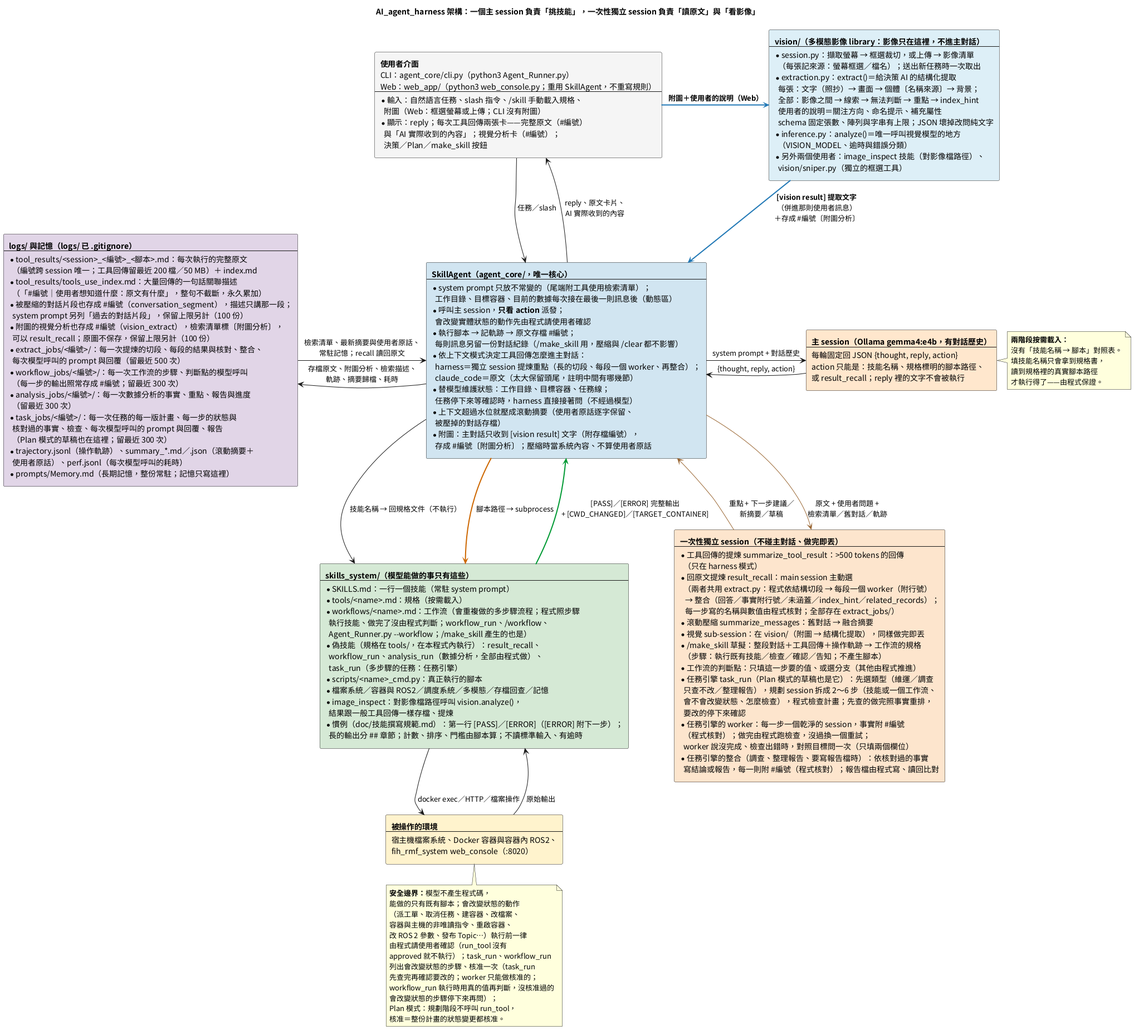
Above: doc/images/AI_agent_harness的說明.png in DavidZox/Coding_agnet (PlantUML), before the change.
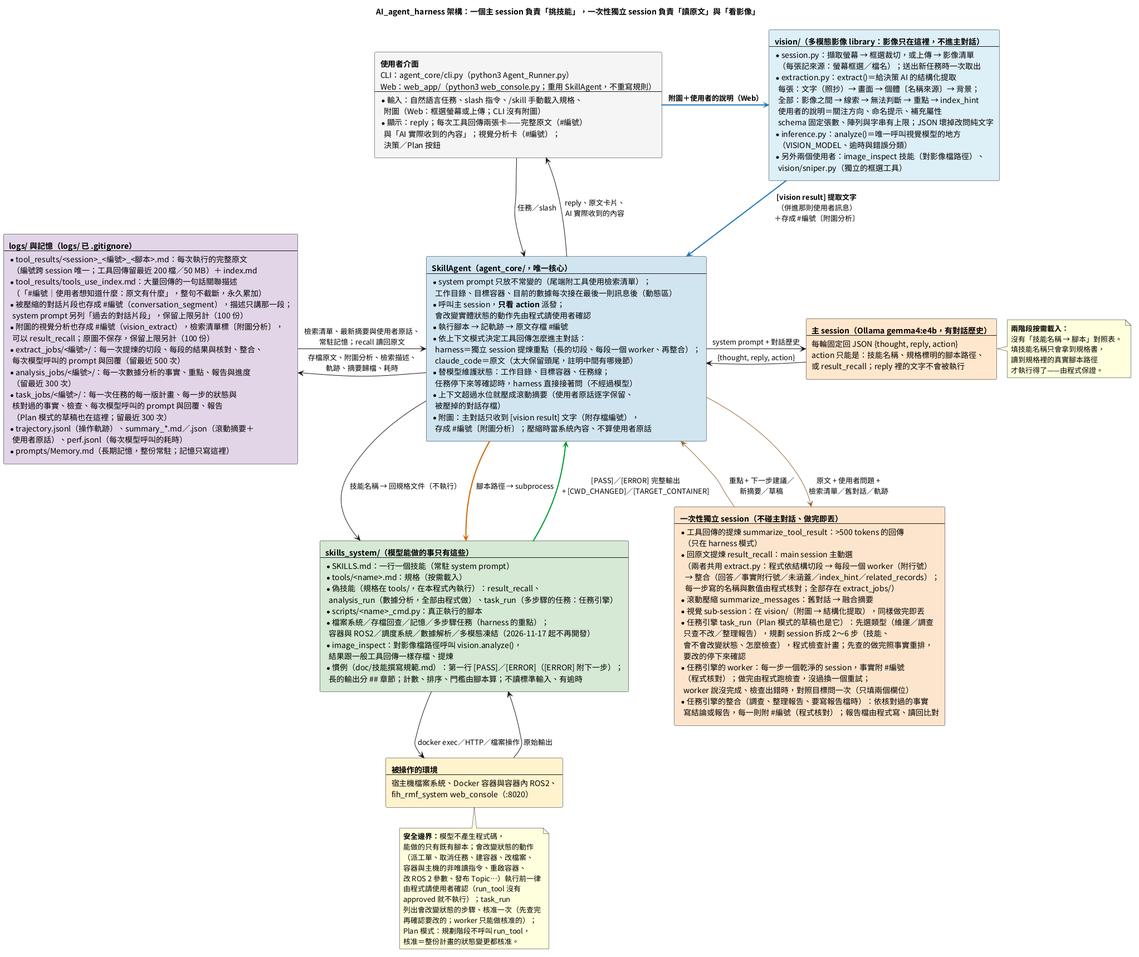
Above is the later version.

Diff of the diagram source:
```diff
@@ -16,7 +16,7 @@
     附圖（Web：框選螢幕或上傳；CLI 沒有附圖）
   * 顯示：reply；每次工具回傳兩張卡——完整原文（#編號）
     與「AI 實際收到的內容」；視覺分析卡（#編號）；
-    決策／Plan／make_skill 按鈕
+    決策／Plan 按鈕
 ]
 
 rectangle NodeVision #DDEEF6 [
@@ -42,8 +42,7 @@
     工作目錄、目標容器、目前的數據每次接在最後一則訊息後（動態區）
   * 呼叫主 session，**只看 action** 派發；
     會改變實體狀態的動作先由程式請使用者確認
-  * 執行腳本 → 記軌跡 → 原文存檔 #編號；
-    每則訊息另留一份對話紀錄（/make_skill 用，壓縮與 /clear 都不影響）
+  * 執行腳本 → 記軌跡 → 原文存檔 #編號
   * 依上下文模式決定工具回傳怎麼進主對話：
     harness＝獨立 session 提煉重點（長的切段、每段一個 worker、再整合）；
     claude_code＝原文（太大保留頭尾，註明中間有哪幾節）
@@ -74,11 +73,8 @@
      每一步寫的名稱與數值由程式核對；全部存在 extract_jobs/）
   * 滾動壓縮 summarize_messages：舊對話 → 融合摘要
   * 視覺 sub-session：在 vision/（附圖 → 結構化提取），同樣做完即丟
-  * /make_skill 草擬：整段對話＋工具回傳＋操作軌跡 → 工作流的規格
-    （步驟：執行既有技能／檢查／確認／告知；不產生腳本）
-  * 工作流的判斷點：只填這一步要的值、或選分支（其他由程式推進）
   * 任務引擎 task_run（Plan 模式的草稿也是它）：先選類型（維運／調查
-    只查不改／整理報告），規劃 session 拆成 2～6 步（技能或一個工作流、
+    只查不改／整理報告），規劃 session 拆成 2～6 步（技能、
     會不會改變狀態、怎麼檢查），程式檢查計畫；先查的做完照事實重排，
     要改的停下來確認
   * 任務引擎的 worker：每一步一個乾淨的 session，事實附 #編號
@@ -93,14 +89,11 @@
   ----
   * SKILLS.md：一行一個技能（常駐 system prompt）
   * tools/<name>.md：規格（按需載入）
-  * workflows/<name>.md：工作流（會重複做的多步驟流程；程式照步驟
-    執行技能、做完了沒由程式判斷；workflow_run、/workflow、
-    Agent_Runner.py --workflow；/make_skill 產生的也是）
   * 偽技能（規格在 tools/，在本程式內執行）：result_recall、
-    workflow_run、analysis_run（數據分析，全部由程式做）、
-    task_run（多步驟的任務：任務引擎）
+    analysis_run（數據分析，全部由程式做）、task_run（多步驟的任務：任務引擎）
   * scripts/<name>_cmd.py：真正執行的腳本
-  * 檔案系統／容器與 ROS2／調度系統／多模態／存檔回查／記憶
+  * 檔案系統／存檔回查／記憶／多步驟任務（harness 的重點）；
+    容器與 ROS2／調度系統／數據解析／多模態凍結（2026-11-17 起不再開發）
   * image_inspect：對影像檔路徑呼叫 vision.analyze()，
     結果跟一般工具回傳一樣存檔、提煉
   * 慣例（doc/技能撰寫規範.md）：第一行 [PASS]／[ERROR]（[ERROR] 附下一步）；
@@ -127,8 +120,6 @@
     可以 result_recall；原圖不保存，保留上限另計（100 份）
   * extract_jobs/<編號>/：每一次提煉的切段、每段的結果與核對、整合、
     每次模型呼叫的 prompt 與回覆（留最近 500 次）
-  * workflow_jobs/<編號>/：每一次工作流的步驟、判斷點的模型呼叫
-    （每一步的輸出照常存成 #編號；留最近 300 次）
   * analysis_jobs/<編號>/：每一次數據分析的事實、重點、報告與進度
     （留最近 300 次）
   * task_jobs/<編號>/：每一次任務的每一版計畫、每一步的狀態與
@@ -172,11 +163,9 @@
   容器與主機的非唯讀指令、重啟容器、
   改 ROS 2 參數、發布 Topic…）執行前一律
   由程式請使用者確認（run_tool 沒有
-  approved 就不執行）；task_run、workflow_run
-  列出會改變狀態的步驟、核准一次（task_run
-  先查完再確認要改的；worker 只能做核准的；
-  workflow_run 執行時用真的值再判斷，沒核准過的
-  會改變狀態的步驟停下來再問）；
+  approved 就不執行）；task_run
+  列出會改變狀態的步驟、核准一次（先查完
+  再確認要改的；worker 只能做核准的）；
   Plan 模式：規劃階段不呼叫 run_tool，
   核准＝整份計畫的狀態變更都核准。
 end note
```
